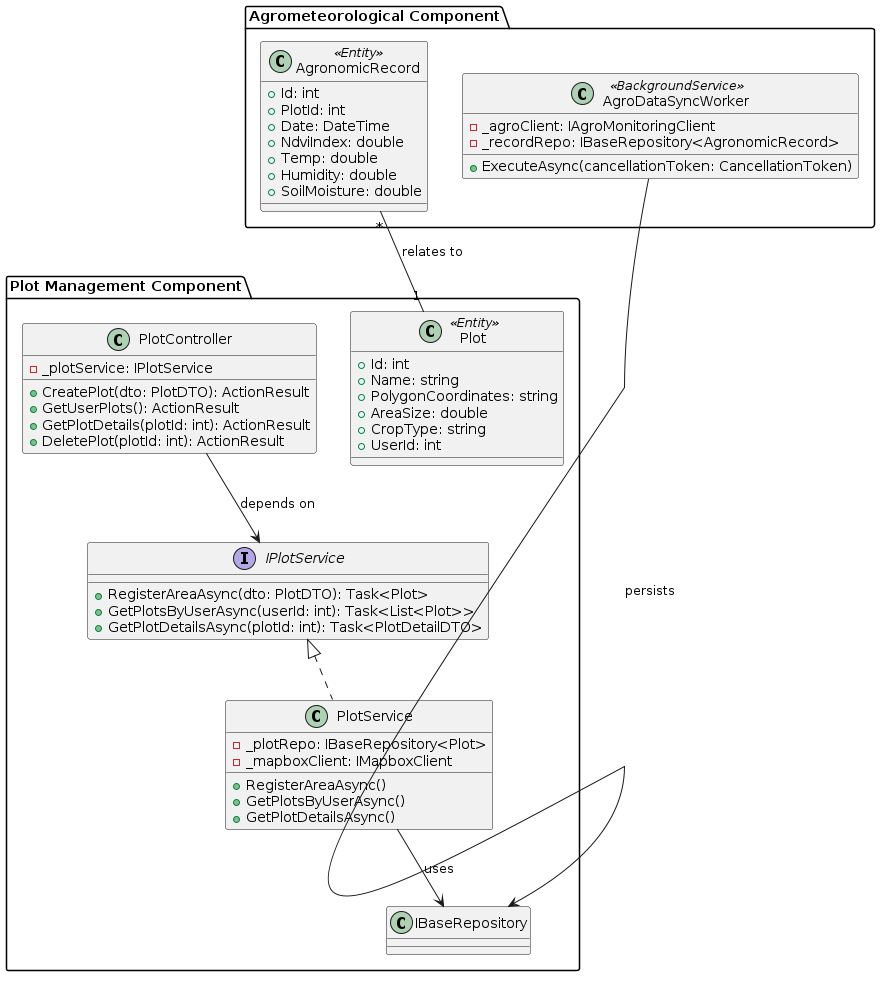
Before: report/assets/class-diagrams/plot-management-and-agrometeorological-monitoring-components-diagram.png, a diagram exported from PlantUML (upc-pre-1asi0729-11848-arcadiadevs/viora-report). The source it was exported from:
```plantuml
@startuml
package "Plot Management Component" {
    class PlotController {
        - _plotService: IPlotService
        + CreatePlot(dto: PlotDTO): ActionResult
        + GetUserPlots(): ActionResult
        + GetPlotDetails(plotId: int): ActionResult
        + DeletePlot(plotId: int): ActionResult
    }

    interface IPlotService {
        + RegisterAreaAsync(dto: PlotDTO): Task<Plot>
        + GetPlotsByUserAsync(userId: int): Task<List<Plot>>
        + GetPlotDetailsAsync(plotId: int): Task<PlotDetailDTO>
    }

    class PlotService {
        - _plotRepo: IBaseRepository<Plot>
        - _mapboxClient: IMapboxClient
        + RegisterAreaAsync()
        + GetPlotsByUserAsync()
        + GetPlotDetailsAsync()
    }

    class Plot <<Entity>> {
        + Id: int
        + Name: string
        + PolygonCoordinates: string
        + AreaSize: double
        + CropType: string
        + UserId: int
    }

    IPlotService <|.. PlotService
    PlotService --> IBaseRepository : uses
}

package "Agrometeorological Component" {
    class AgroDataSyncWorker <<BackgroundService>> {
        - _agroClient: IAgroMonitoringClient
        - _recordRepo: IBaseRepository<AgronomicRecord>
        + ExecuteAsync(cancellationToken: CancellationToken)
    }

    class AgronomicRecord <<Entity>> {
        + Id: int
        + PlotId: int
        + Date: DateTime
        + NdviIndex: double
        + Temp: double
        + Humidity: double
        + SoilMoisture: double
    }

    AgronomicRecord "*" -- "1" Plot : relates to
    AgroDataSyncWorker --> IBaseRepository : persists
}

PlotController --> IPlotService : depends on
@enduml
```
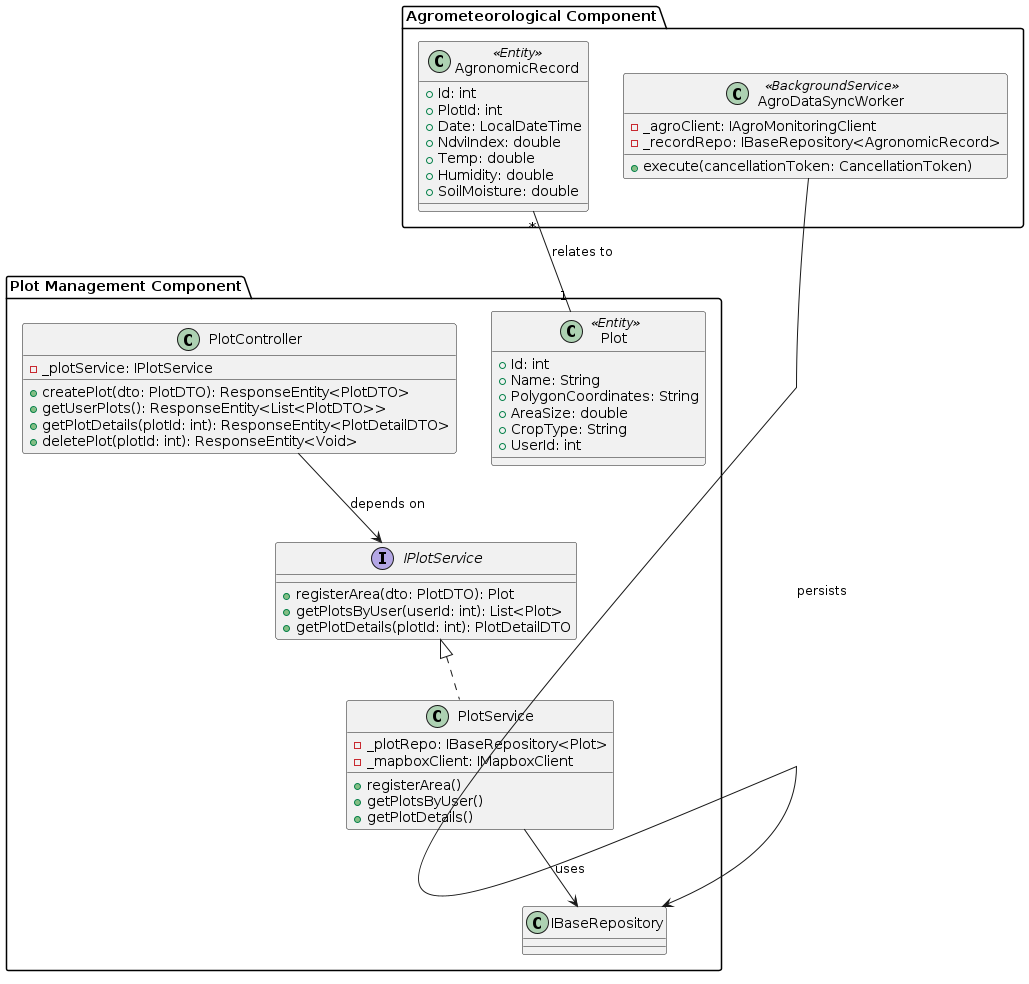
After the commit.

Change to the diagram source:
```diff
@@ -2,32 +2,32 @@
 package "Plot Management Component" {
     class PlotController {
         - _plotService: IPlotService
-        + CreatePlot(dto: PlotDTO): ActionResult
-        + GetUserPlots(): ActionResult
-        + GetPlotDetails(plotId: int): ActionResult
-        + DeletePlot(plotId: int): ActionResult
+        + createPlot(dto: PlotDTO): ResponseEntity<PlotDTO>
+        + getUserPlots(): ResponseEntity<List<PlotDTO>>
+        + getPlotDetails(plotId: int): ResponseEntity<PlotDetailDTO>
+        + deletePlot(plotId: int): ResponseEntity<Void>
     }
 
     interface IPlotService {
-        + RegisterAreaAsync(dto: PlotDTO): Task<Plot>
-        + GetPlotsByUserAsync(userId: int): Task<List<Plot>>
-        + GetPlotDetailsAsync(plotId: int): Task<PlotDetailDTO>
+        + registerArea(dto: PlotDTO): Plot
+        + getPlotsByUser(userId: int): List<Plot>
+        + getPlotDetails(plotId: int): PlotDetailDTO
     }
 
     class PlotService {
         - _plotRepo: IBaseRepository<Plot>
         - _mapboxClient: IMapboxClient
-        + RegisterAreaAsync()
-        + GetPlotsByUserAsync()
-        + GetPlotDetailsAsync()
+        + registerArea()
+        + getPlotsByUser()
+        + getPlotDetails()
     }
 
     class Plot <<Entity>> {
         + Id: int
-        + Name: string
-        + PolygonCoordinates: string
+        + Name: String
+        + PolygonCoordinates: String
         + AreaSize: double
-        + CropType: string
+        + CropType: String
         + UserId: int
     }
 
@@ -39,13 +39,13 @@
     class AgroDataSyncWorker <<BackgroundService>> {
         - _agroClient: IAgroMonitoringClient
         - _recordRepo: IBaseRepository<AgronomicRecord>
-        + ExecuteAsync(cancellationToken: CancellationToken)
+        + execute(cancellationToken: CancellationToken)
     }
 
     class AgronomicRecord <<Entity>> {
         + Id: int
         + PlotId: int
-        + Date: DateTime
+        + Date: LocalDateTime
         + NdviIndex: double
         + Temp: double
         + Humidity: double
```
